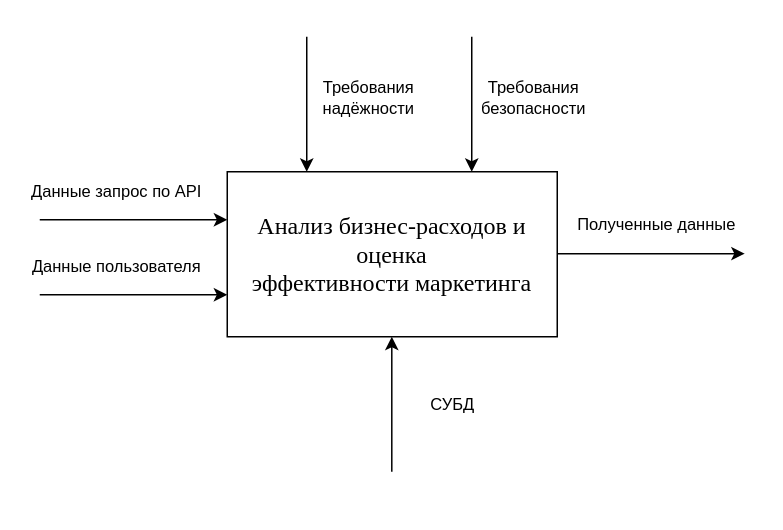
The draw.io diagram page "Страница-1" (1 of 8) of техническое_задание.drawio in Filimon4/diplom, before the edit. Source tidied: cells renumbered, new cells numbered last; positions are measured from the earlier drawing's top-left corner, leaving out a move shared by most shapes. Both pictures are drawn from the tidied source at 150%, with x=0, y=0 at pixel (39, 36).
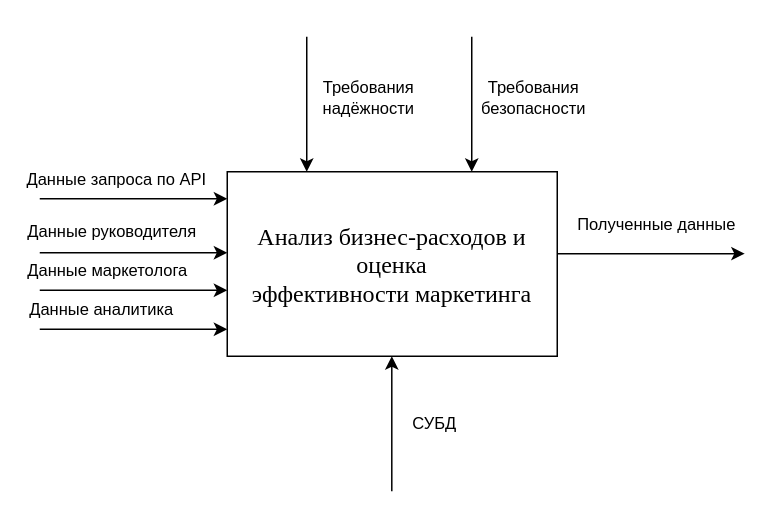
Above is the later version.

Diff of the diagram source:
```diff
@@
     <mxCell id="2" value="&lt;span style=&quot;font-size:12.0pt;mso-bidi-font-size:11.0pt;&amp;lt;br/&amp;gt;line-height:150%;font-family:&amp;quot;Times New Roman&amp;quot;,&amp;quot;serif&amp;quot;;mso-fareast-font-family:&amp;lt;br/&amp;gt;&amp;quot;MS Mincho&amp;quot;;mso-fareast-theme-font:minor-fareast;mso-bidi-font-family:Arial;&amp;lt;br/&amp;gt;mso-bidi-theme-font:minor-bidi;mso-ansi-language:RU;mso-fareast-language:RU;&amp;lt;br/&amp;gt;mso-bidi-language:AR-SA&quot;&gt;Анализ бизнес-расходов и оценка&lt;br&gt;эффективности маркетинга&lt;/span&gt;" style="rounded=0;whiteSpace=wrap;html=1;labelBackgroundColor=none;" parent="1" vertex="1">
-      <mxGeometry x="125" y="90" width="220" height="110" as="geometry" />
+      <mxGeometry x="125" y="90" width="220" height="123" as="geometry" />
     </mxCell>
@@
     <mxCell id="5" style="endArrow=none;html=1;rounded=0;labelBackgroundColor=none;fontColor=default;endFill=0;startArrow=classic;startFill=1;" parent="1" edge="1">
       <mxGeometry relative="1" as="geometry">
-        <mxPoint x="234.7" y="200" as="sourcePoint" />
-        <mxPoint x="234.7" y="290" as="targetPoint" />
+        <mxPoint x="234.7" y="213" as="sourcePoint" />
+        <mxPoint x="234.7" y="303" as="targetPoint" />
       </mxGeometry>
     </mxCell>
     <mxCell id="6" value="СУБД" style="edgeLabel;html=1;align=center;verticalAlign=middle;labelBackgroundColor=none;" parent="5" vertex="1">
       <mxGeometry x="-0.06" relative="1" as="geometry">
-        <mxPoint x="40" y="2" as="offset" />
+        <mxPoint x="28" y="2" as="offset" />
       </mxGeometry>
     </mxCell>
@@
     <mxCell id="9" style="endArrow=classic;html=1;rounded=0;labelBackgroundColor=none;fontColor=default;" parent="1" edge="1">
       <mxGeometry relative="1" as="geometry">
-        <mxPoint y="122" as="sourcePoint" />
-        <mxPoint x="125" y="122" as="targetPoint" />
+        <mxPoint y="108" as="sourcePoint" />
+        <mxPoint x="125" y="108" as="targetPoint" />
       </mxGeometry>
     </mxCell>
-    <mxCell id="10" value="Данные запрос по API" style="edgeLabel;html=1;align=center;verticalAlign=middle;labelBackgroundColor=none;" parent="9" vertex="1">
+    <mxCell id="10" value="Данные запроса по API" style="edgeLabel;html=1;align=center;verticalAlign=middle;labelBackgroundColor=none;" parent="9" vertex="1">
       <mxGeometry x="-0.06" relative="1" as="geometry">
-        <mxPoint x="-9" y="-20" as="offset" />
+        <mxPoint x="-9" y="-14" as="offset" />
       </mxGeometry>
     </mxCell>
     <mxCell id="11" style="endArrow=classic;html=1;rounded=0;labelBackgroundColor=none;fontColor=default;" parent="1" edge="1">
       <mxGeometry relative="1" as="geometry">
-        <mxPoint y="172" as="sourcePoint" />
-        <mxPoint x="125" y="172" as="targetPoint" />
+        <mxPoint y="144" as="sourcePoint" />
+        <mxPoint x="125" y="144" as="targetPoint" />
       </mxGeometry>
     </mxCell>
-    <mxCell id="12" value="Данные пользователя" style="edgeLabel;html=1;align=center;verticalAlign=middle;labelBackgroundColor=none;" parent="11" vertex="1">
+    <mxCell id="12" value="Данные руководителя" style="edgeLabel;html=1;align=center;verticalAlign=middle;labelBackgroundColor=none;" parent="11" vertex="1">
       <mxGeometry x="-0.06" relative="1" as="geometry">
-        <mxPoint x="-9" y="-20" as="offset" />
+        <mxPoint x="-12" y="-15" as="offset" />
       </mxGeometry>
     </mxCell>
@@
+    <mxCell id="15" style="endArrow=classic;html=1;rounded=0;labelBackgroundColor=none;fontColor=default;" parent="1" edge="1">
+      <mxGeometry relative="1" as="geometry">
+        <mxPoint y="169" as="sourcePoint" />
+        <mxPoint x="125" y="169" as="targetPoint" />
+      </mxGeometry>
+    </mxCell>
+    <mxCell id="16" value="Данные маркетолога" style="edgeLabel;html=1;align=center;verticalAlign=middle;labelBackgroundColor=none;" parent="15" vertex="1">
+      <mxGeometry x="-0.06" relative="1" as="geometry">
+        <mxPoint x="-15" y="-14" as="offset" />
+      </mxGeometry>
+    </mxCell>
+    <mxCell id="17" style="endArrow=classic;html=1;rounded=0;labelBackgroundColor=none;fontColor=default;" parent="1" edge="1">
+      <mxGeometry relative="1" as="geometry">
+        <mxPoint y="195" as="sourcePoint" />
+        <mxPoint x="125" y="195" as="targetPoint" />
+      </mxGeometry>
+    </mxCell>
+    <mxCell id="18" value="Данные аналитика" style="edgeLabel;html=1;align=center;verticalAlign=middle;labelBackgroundColor=none;" parent="17" vertex="1">
+      <mxGeometry x="-0.06" relative="1" as="geometry">
+        <mxPoint x="-19" y="-14" as="offset" />
+      </mxGeometry>
+    </mxCell>
```
